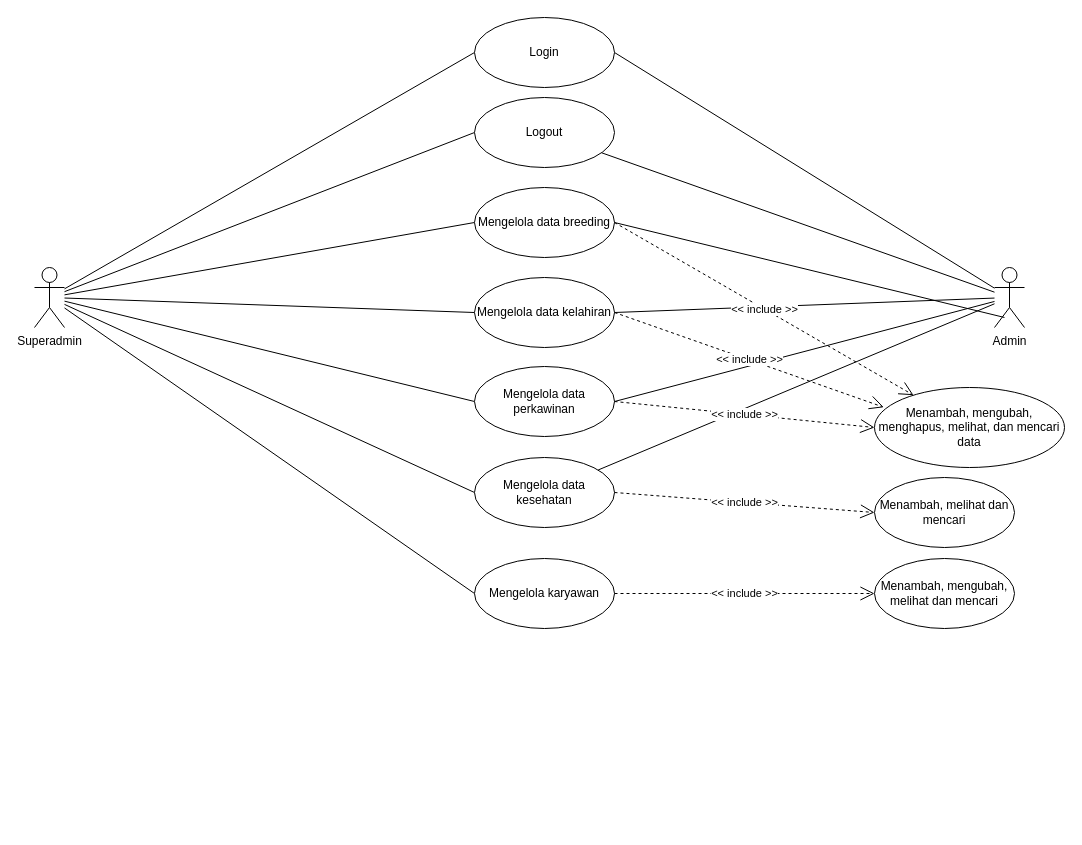
Above: Untitled Diagram.drawio in vinagustn/webdev (draw.io), before the change. Source tidied: cells renumbered, new cells numbered last; positions are measured from the earlier drawing's top-left corner, leaving out a move shared by most shapes. Both pictures are drawn from the tidied source at 100%, with x=0, y=0 at pixel (34, 17).
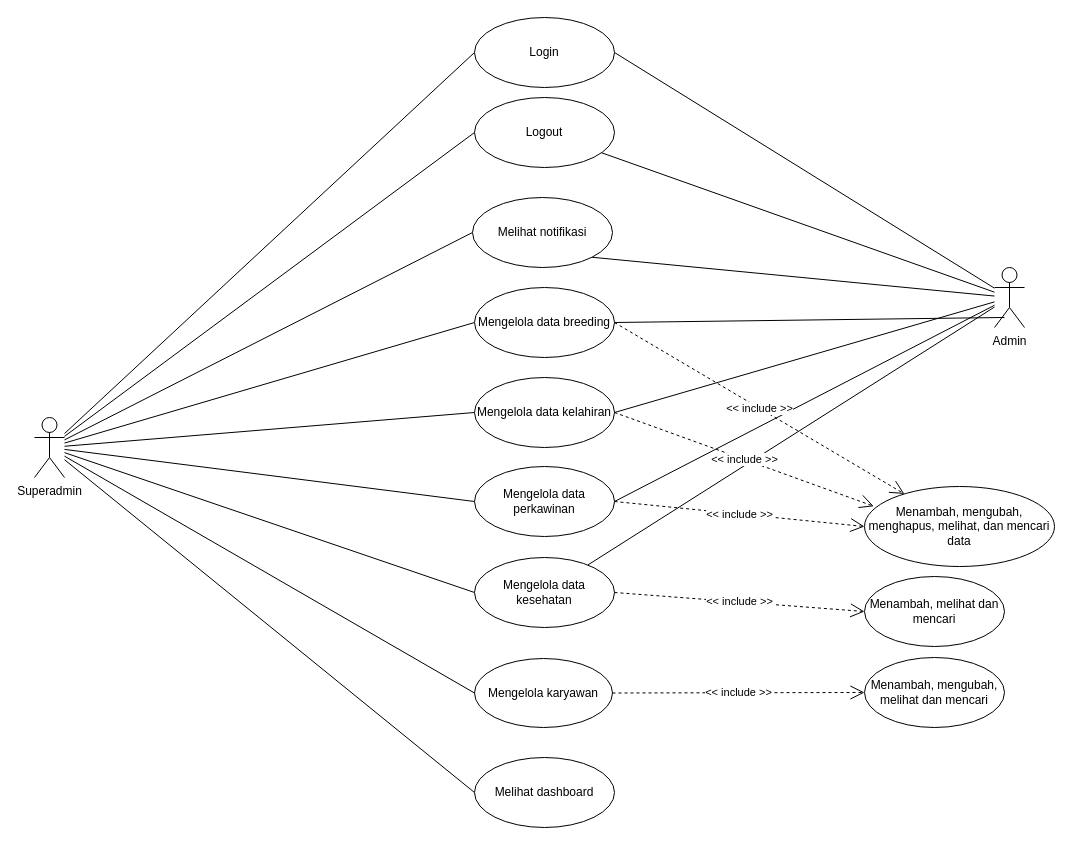
Above is the later version.

Commit message:
update use case

The change refers to these unchanged cells:
```xml
<mxCell id="16" value="Admin&lt;br&gt;" style="shape=umlActor;verticalLabelPosition=bottom;verticalAlign=top;html=1;" parent="1" vertex="1">
  <mxGeometry x="960" y="250" width="30" height="60" as="geometry" />
</mxCell>
```

Diff of the diagram source:
```diff
@@
+    <mxCell id="32" style="rounded=0;jettySize=auto;html=1;entryX=0;entryY=0.5;entryDx=0;entryDy=0;endArrow=none;endFill=0;" parent="1" edge="1" source="9" target="35">
+      <mxGeometry relative="1" as="geometry" />
+    </mxCell>
+    <mxCell id="33" style="rounded=0;jettySize=auto;html=1;entryX=0;entryY=0.5;entryDx=0;entryDy=0;endArrow=none;endFill=0;" parent="1" edge="1" source="9" target="36">
+      <mxGeometry relative="1" as="geometry" />
+    </mxCell>
     <mxCell id="9" value="Superadmin&lt;br&gt;" style="shape=umlActor;verticalLabelPosition=bottom;verticalAlign=top;html=1;" parent="1" vertex="1">
-      <mxGeometry y="250" width="30" height="60" as="geometry" />
+      <mxGeometry y="400" width="30" height="60" as="geometry" />
     </mxCell>
@@
+    <mxCell id="34" style="rounded=0;jettySize=auto;html=1;entryX=1;entryY=1;entryDx=0;entryDy=0;endArrow=none;endFill=0;" parent="1" edge="1" source="16" target="36">
+      <mxGeometry relative="1" as="geometry" />
+    </mxCell>
@@
     <mxCell id="17" value="Mengelola karyawan" style="ellipse;whiteSpace=wrap;html=1;" parent="1" vertex="1">
-      <mxGeometry x="440" y="541" width="140" height="70" as="geometry" />
+      <mxGeometry x="440" y="641" width="138" height="69" as="geometry" />
     </mxCell>
@@
     <mxCell id="20" value="Mengelola data breeding" style="ellipse;whiteSpace=wrap;html=1;" parent="1" vertex="1">
-      <mxGeometry x="440" y="170" width="140" height="70" as="geometry" />
+      <mxGeometry x="440" y="270" width="140" height="70" as="geometry" />
     </mxCell>
     <mxCell id="21" value="Mengelola data perkawinan" style="ellipse;whiteSpace=wrap;html=1;" parent="1" vertex="1">
-      <mxGeometry x="440" y="349" width="140" height="70" as="geometry" />
+      <mxGeometry x="440" y="449" width="140" height="70" as="geometry" />
     </mxCell>
     <mxCell id="22" value="Mengelola data kelahiran" style="ellipse;whiteSpace=wrap;html=1;" parent="1" vertex="1">
-      <mxGeometry x="440" y="260" width="140" height="70" as="geometry" />
+      <mxGeometry x="440" y="360" width="140" height="70" as="geometry" />
     </mxCell>
     <mxCell id="23" value="Mengelola data kesehatan" style="ellipse;whiteSpace=wrap;html=1;" parent="1" vertex="1">
-      <mxGeometry x="440" y="440" width="140" height="70" as="geometry" />
+      <mxGeometry x="440" y="540" width="140" height="70" as="geometry" />
     </mxCell>
     <mxCell id="24" value="Menambah, mengubah, menghapus, melihat, dan mencari data" style="ellipse;whiteSpace=wrap;html=1;" parent="1" vertex="1">
-      <mxGeometry x="840" y="370" width="190" height="80" as="geometry" />
+      <mxGeometry x="830" y="469" width="190" height="80" as="geometry" />
     </mxCell>
@@
     <mxCell id="30" value="Menambah, mengubah, melihat dan mencari" style="ellipse;whiteSpace=wrap;html=1;" parent="1" vertex="1">
-      <mxGeometry x="840" y="541" width="140" height="70" as="geometry" />
+      <mxGeometry x="830" y="640" width="140" height="70" as="geometry" />
     </mxCell>
     <mxCell id="31" value="Menambah, melihat dan mencari" style="ellipse;whiteSpace=wrap;html=1;" parent="1" vertex="1">
-      <mxGeometry x="840" y="460" width="140" height="70" as="geometry" />
+      <mxGeometry x="830" y="559" width="140" height="70" as="geometry" />
     </mxCell>
+    <mxCell id="35" value="Melihat dashboard" style="ellipse;whiteSpace=wrap;html=1;" parent="1" vertex="1">
+      <mxGeometry x="440" y="740" width="140" height="70" as="geometry" />
+    </mxCell>
+    <mxCell id="36" value="Melihat notifikasi" style="ellipse;whiteSpace=wrap;html=1;" parent="1" vertex="1">
+      <mxGeometry x="438" y="180" width="140" height="70" as="geometry" />
+    </mxCell>
```
